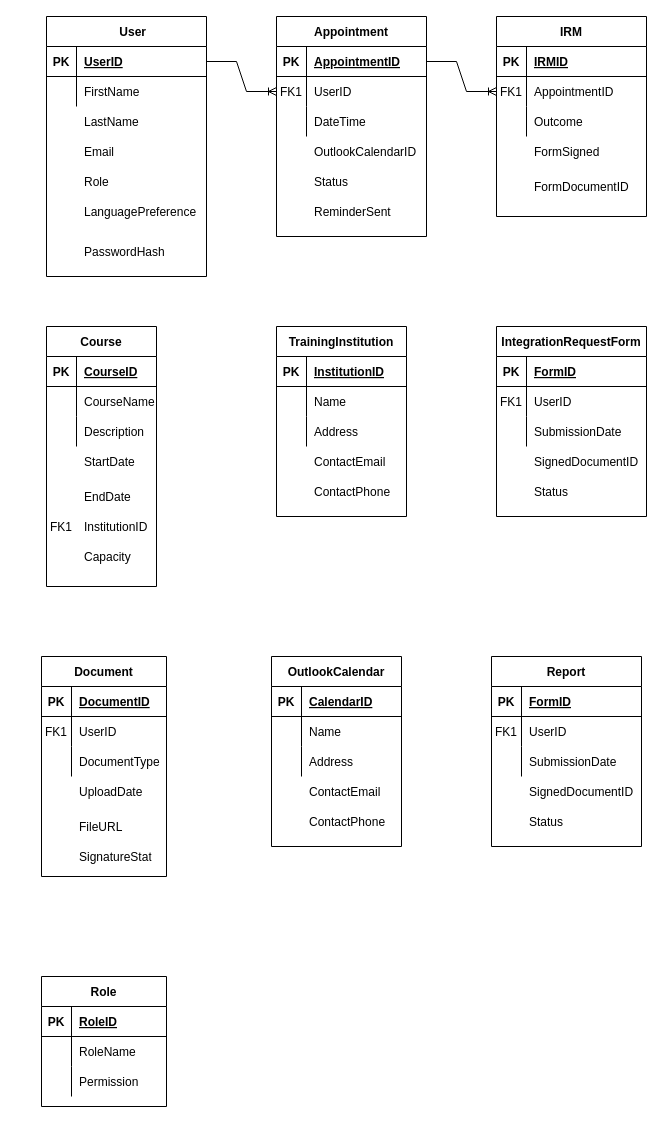
Before: I belong.drawio in nataleletizia/ibelong, a draw.io diagram. Source tidied: cells renumbered, new cells numbered last; positions are measured from the earlier drawing's top-left corner, leaving out a move shared by most shapes. Both pictures are drawn from the tidied source at 100%, with x=0, y=0 at pixel (41, 16).
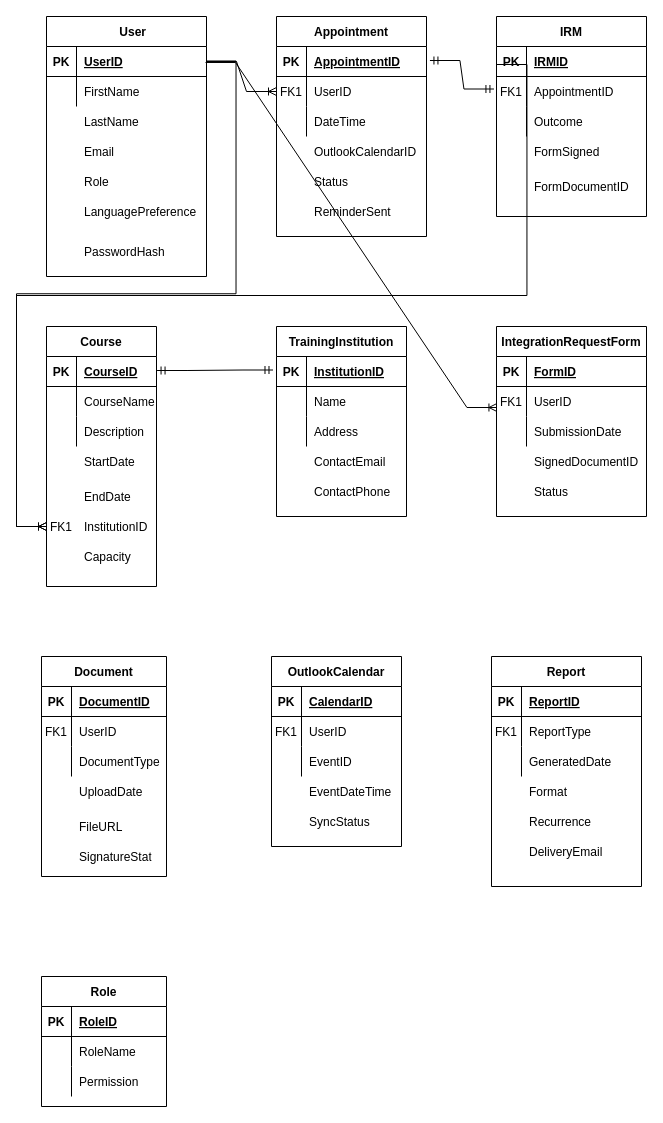
Above is the later version.

The change refers to these unchanged cells:
```xml
<mxCell id="3" style="shape=partialRectangle;fillColor=none;points=[[0,0.5],[1,0.5]];portConstraint=eastwest;top=0;left=0;right=0;bottom=1;" parent="2" vertex="1">
  <mxGeometry y="30" width="150" height="30" as="geometry" />
</mxCell>
<mxCell id="13" style="shape=partialRectangle;fillColor=none;points=[[0,0.5],[1,0.5]];portConstraint=eastwest;top=0;left=0;right=0;bottom=1;" parent="12" vertex="1">
  <mxGeometry y="30" width="150" height="30" as="geometry" />
</mxCell>
<mxCell id="16" style="shape=partialRectangle;fillColor=none;points=[[0,0.5],[1,0.5]];portConstraint=eastwest;top=0;left=0;right=0;bottom=0;" parent="12" vertex="1">
  <mxGeometry y="60" width="150" height="30" as="geometry" />
</mxCell>
<mxCell id="23" style="shape=partialRectangle;fillColor=none;points=[[0,0.5],[1,0.5]];portConstraint=eastwest;top=0;left=0;right=0;bottom=1;" parent="22" vertex="1">
  <mxGeometry y="30" width="160" height="30" as="geometry" />
</mxCell>
<mxCell id="30" style="shape=partialRectangle;fillColor=none;points=[[0,0.5],[1,0.5]];portConstraint=eastwest;top=0;left=0;right=0;bottom=1;" parent="29" vertex="1">
  <mxGeometry y="30" width="110" height="30" as="geometry" />
</mxCell>
<mxCell id="40" style="shape=partialRectangle;fillColor=none;points=[[0,0.5],[1,0.5]];portConstraint=eastwest;top=0;left=0;right=0;bottom=1;" parent="39" vertex="1">
  <mxGeometry y="30" width="130" height="30" as="geometry" />
</mxCell>
<mxCell id="53" style="shape=partialRectangle;fillColor=none;points=[[0,0.5],[1,0.5]];portConstraint=eastwest;top=0;left=0;right=0;bottom=0;" parent="49" vertex="1">
  <mxGeometry y="60" width="150" height="30" as="geometry" />
</mxCell>
<mxCell id="94" style="shape=partialRectangle;fillColor=none;top=0;left=0;right=0;bottom=0;" parent="90" vertex="1">
  <mxGeometry y="60" width="130" height="30" as="geometry" />
</mxCell>
<mxCell id="97" style="shape=partialRectangle;fillColor=none;top=0;left=0;right=0;bottom=0;" parent="90" vertex="1">
  <mxGeometry y="90" width="130" height="30" as="geometry" />
</mxCell>
<mxCell id="101" style="shape=partialRectangle;fillColor=none;top=0;left=0;right=0;bottom=1;" parent="100" vertex="1">
  <mxGeometry y="30" width="150" height="30" as="geometry" />
</mxCell>
<mxCell id="104" style="shape=partialRectangle;fillColor=none;top=0;left=0;right=0;bottom=0;" parent="100" vertex="1">
  <mxGeometry y="60" width="150" height="30" as="geometry" />
</mxCell>
<mxCell id="107" style="shape=partialRectangle;fillColor=none;top=0;left=0;right=0;bottom=0;" parent="100" vertex="1">
  <mxGeometry y="90" width="150" height="30" as="geometry" />
</mxCell>
```

What changed in the source:
```diff
@@
-    <mxCell id="70" style="edgeStyle=entityRelationEdgeStyle;fontSize=12;html=1;endArrow=ERoneToMany;rounded=0;entryX=0;entryY=0.5;entryDx=0;entryDy=0;exitX=1;exitY=0.5;exitDx=0;exitDy=0;" parent="1" edge="1" source="3" target="16">
-      <mxGeometry relative="1" as="geometry" />
-    </mxCell>
@@
-    <mxCell id="96" value="Name" style="shape=partialRectangle;overflow=hidden;fillColor=none;top=0;left=0;bottom=0;right=0;align=left;spacingLeft=6;" parent="94" vertex="1">
+    <mxCell id="96" value="UserID" style="shape=partialRectangle;overflow=hidden;fillColor=none;top=0;left=0;bottom=0;right=0;align=left;spacingLeft=6;" parent="94" vertex="1">
       <mxGeometry x="30" width="100" height="30" as="geometry" />
     </mxCell>
@@
-    <mxCell id="99" value="Address" style="shape=partialRectangle;overflow=hidden;fillColor=none;top=0;left=0;bottom=0;right=0;align=left;spacingLeft=6;" parent="97" vertex="1">
+    <mxCell id="99" value="EventID" style="shape=partialRectangle;overflow=hidden;fillColor=none;top=0;left=0;bottom=0;right=0;align=left;spacingLeft=6;" parent="97" vertex="1">
       <mxGeometry x="30" width="100" height="30" as="geometry" />
     </mxCell>
     <mxCell id="100" value="Report" style="shape=table;startSize=30;childLayout=tableLayout;rowLines=0;fontStyle=1;align=center;" parent="1" vertex="1">
-      <mxGeometry x="450" y="640" width="150" height="190" as="geometry" />
+      <mxGeometry x="450" y="640" width="150" height="230" as="geometry" />
     </mxCell>
@@
-    <mxCell id="103" value="FormID" style="shape=partialRectangle;overflow=hidden;fillColor=none;top=0;left=0;bottom=0;right=0;align=left;spacingLeft=6;fontStyle=5;" parent="101" vertex="1">
+    <mxCell id="103" value="ReportID" style="shape=partialRectangle;overflow=hidden;fillColor=none;top=0;left=0;bottom=0;right=0;align=left;spacingLeft=6;fontStyle=5;" parent="101" vertex="1">
       <mxGeometry x="30" width="120" height="30" as="geometry" />
     </mxCell>
@@
-    <mxCell id="106" value="UserID" style="shape=partialRectangle;overflow=hidden;fillColor=none;top=0;left=0;bottom=0;right=0;align=left;spacingLeft=6;" parent="104" vertex="1">
+    <mxCell id="106" value="ReportType" style="shape=partialRectangle;overflow=hidden;fillColor=none;top=0;left=0;bottom=0;right=0;align=left;spacingLeft=6;" parent="104" vertex="1">
       <mxGeometry x="30" width="120" height="30" as="geometry" />
     </mxCell>
@@
-    <mxCell id="109" value="SubmissionDate" style="shape=partialRectangle;overflow=hidden;fillColor=none;top=0;left=0;bottom=0;right=0;align=left;spacingLeft=6;" parent="107" vertex="1">
+    <mxCell id="109" value="GeneratedDate" style="shape=partialRectangle;overflow=hidden;fillColor=none;top=0;left=0;bottom=0;right=0;align=left;spacingLeft=6;" parent="107" vertex="1">
       <mxGeometry x="30" width="120" height="30" as="geometry" />
     </mxCell>
@@
-    <mxCell id="114" value="ContactEmail" style="shape=partialRectangle;overflow=hidden;fillColor=none;top=0;left=0;bottom=0;right=0;align=left;spacingLeft=6;" parent="1" vertex="1">
+    <mxCell id="114" value="EventDateTime" style="shape=partialRectangle;overflow=hidden;fillColor=none;top=0;left=0;bottom=0;right=0;align=left;spacingLeft=6;" parent="1" vertex="1">
       <mxGeometry x="260" y="760" width="90" height="30" as="geometry" />
     </mxCell>
-    <mxCell id="115" value="ContactPhone" style="shape=partialRectangle;overflow=hidden;fillColor=none;top=0;left=0;bottom=0;right=0;align=left;spacingLeft=6;" parent="1" vertex="1">
+    <mxCell id="115" value="SyncStatus" style="shape=partialRectangle;overflow=hidden;fillColor=none;top=0;left=0;bottom=0;right=0;align=left;spacingLeft=6;" parent="1" vertex="1">
       <mxGeometry x="260" y="790" width="100" height="30" as="geometry" />
     </mxCell>
-    <mxCell id="116" value="SignedDocumentID" style="shape=partialRectangle;overflow=hidden;fillColor=none;top=0;left=0;bottom=0;right=0;align=left;spacingLeft=6;" parent="1" vertex="1">
+    <mxCell id="116" value="Format" style="shape=partialRectangle;overflow=hidden;fillColor=none;top=0;left=0;bottom=0;right=0;align=left;spacingLeft=6;" parent="1" vertex="1">
       <mxGeometry x="480" y="760" width="120" height="30" as="geometry" />
     </mxCell>
-    <mxCell id="117" value="Status" style="shape=partialRectangle;overflow=hidden;fillColor=none;top=0;left=0;bottom=0;right=0;align=left;spacingLeft=6;" parent="1" vertex="1">
+    <mxCell id="117" value="Recurrence" style="shape=partialRectangle;overflow=hidden;fillColor=none;top=0;left=0;bottom=0;right=0;align=left;spacingLeft=6;" parent="1" vertex="1">
       <mxGeometry x="480" y="790" width="120" height="30" as="geometry" />
     </mxCell>
@@
+    <mxCell id="128" value="FK1" style="shape=partialRectangle;overflow=hidden;fillColor=none;top=0;left=0;bottom=0;right=0;" parent="1" vertex="1">
+      <mxGeometry x="230" y="700" width="30" height="30" as="geometry" />
+    </mxCell>
+    <mxCell id="129" value="DeliveryEmail" style="shape=partialRectangle;overflow=hidden;fillColor=none;top=0;left=0;bottom=0;right=0;align=left;spacingLeft=6;" parent="1" vertex="1">
+      <mxGeometry x="480" y="820" width="120" height="30" as="geometry" />
+    </mxCell>
+    <mxCell id="130" style="edgeStyle=entityRelationEdgeStyle;fontSize=12;html=1;endArrow=ERoneToMany;rounded=0;exitX=0.997;exitY=0.483;exitDx=0;exitDy=0;exitPerimeter=0;" parent="1" edge="1" source="23">
+      <mxGeometry relative="1" as="geometry">
+        <mxPoint x="5" y="510" as="targetPoint" />
+      </mxGeometry>
+    </mxCell>
+    <mxCell id="131" style="edgeStyle=entityRelationEdgeStyle;fontSize=12;html=1;endArrow=ERoneToMany;rounded=0;entryX=0.003;entryY=0.7;entryDx=0;entryDy=0;entryPerimeter=0;exitX=0.994;exitY=0.533;exitDx=0;exitDy=0;exitPerimeter=0;" parent="1" edge="1" source="23" target="53">
+      <mxGeometry relative="1" as="geometry">
+        <Array as="points">
+          <mxPoint x="235" y="260" />
+        </Array>
+      </mxGeometry>
+    </mxCell>
+    <mxCell id="70" style="edgeStyle=entityRelationEdgeStyle;fontSize=12;html=1;endArrow=ERmandOne;startArrow=ERmandOne;rounded=0;exitX=1.023;exitY=0.467;exitDx=0;exitDy=0;exitPerimeter=0;entryX=-0.017;entryY=0.417;entryDx=0;entryDy=0;entryPerimeter=0;" parent="1" edge="1" source="3" target="16">
+      <mxGeometry relative="1" as="geometry" />
+    </mxCell>
+    <mxCell id="132" style="edgeStyle=entityRelationEdgeStyle;fontSize=12;html=1;endArrow=ERoneToMany;rounded=0;exitX=0.003;exitY=0.6;exitDx=0;exitDy=0;exitPerimeter=0;" parent="1" edge="1" source="13">
+      <mxGeometry relative="1" as="geometry">
+        <mxPoint x="5" y="510" as="targetPoint" />
+        <Array as="points">
+          <mxPoint x="385" y="157.5" />
+          <mxPoint x="385" y="157.5" />
+        </Array>
+      </mxGeometry>
+    </mxCell>
+    <mxCell id="133" style="edgeStyle=entityRelationEdgeStyle;fontSize=12;html=1;endArrow=ERmandOne;startArrow=ERmandOne;rounded=0;exitX=1.005;exitY=0.467;exitDx=0;exitDy=0;exitPerimeter=0;entryX=-0.027;entryY=0.45;entryDx=0;entryDy=0;entryPerimeter=0;" parent="1" edge="1" source="30" target="40">
+      <mxGeometry relative="1" as="geometry" />
+    </mxCell>
```
